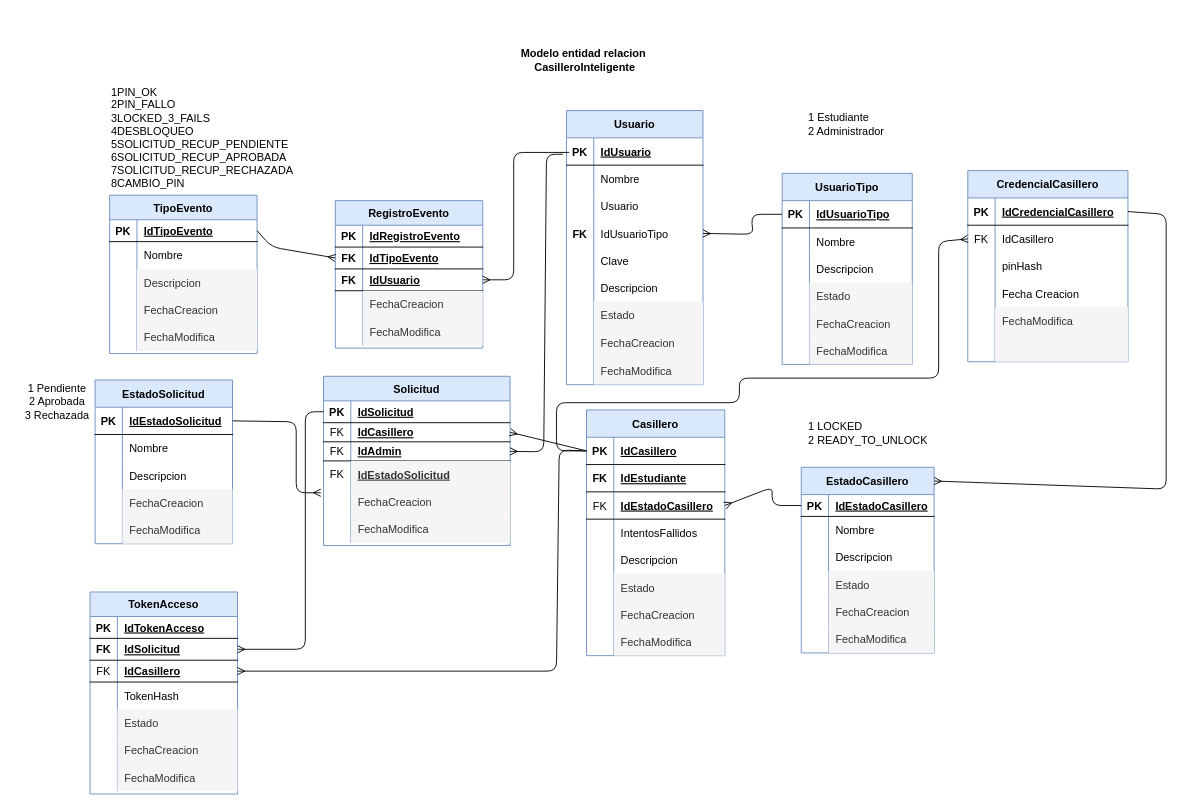
Anthonio16/casilleroInteligente keeps this draw.io diagram as Design/03_MER.dio. Above is the earlier version. Source tidied: cells renumbered, new cells numbered last; positions are measured from the earlier drawing's top-left corner, leaving out a move shared by most shapes. Both pictures are drawn from the tidied source at 91%, with x=0, y=0 at pixel (15, 41).
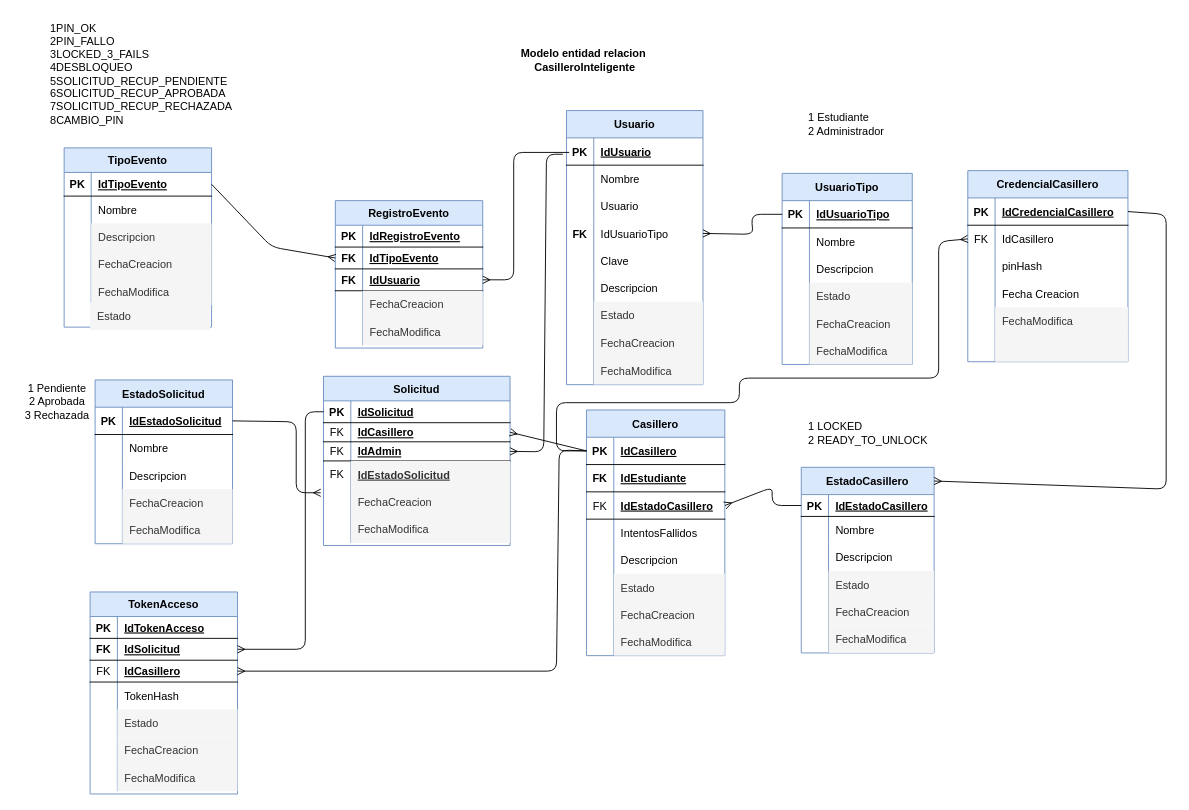
Above is the later version.

What changed in the source:
```diff
@@
     <mxCell id="198" value="TipoEvento" style="shape=table;startSize=27;childLayout=tableLayout;rowLines=0;fontStyle=1;align=center;fillColor=#dae8fc;strokeColor=#6c8ebf;" parent="1" vertex="1">
-      <mxGeometry x="103" y="169" width="162" height="174" as="geometry" />
+      <mxGeometry x="53" y="117" width="162" height="197" as="geometry" />
     </mxCell>
     <mxCell id="199" style="shape=tableRow;horizontal=0;startSize=0;swimlaneHead=0;swimlaneBody=0;fillColor=none;points=[[0,0.5],[1,0.5]];portConstraint=eastwest;top=0;left=0;right=0;bottom=1;" parent="198" vertex="1">
-      <mxGeometry y="27" width="162" height="24" as="geometry" />
+      <mxGeometry y="27" width="162" height="26" as="geometry" />
     </mxCell>
     <mxCell id="200" value="PK" style="shape=partialRectangle;fillColor=none;top=0;left=0;bottom=0;right=0;fontStyle=1;overflow=hidden;" parent="199" vertex="1">
-      <mxGeometry width="30" height="24" as="geometry" />
+      <mxGeometry width="29.7" height="26" as="geometry" />
     </mxCell>
     <mxCell id="201" value="IdTipoEvento" style="shape=partialRectangle;fillColor=none;top=0;left=0;bottom=0;right=0;align=left;spacingLeft=6;fontStyle=5;overflow=hidden;" parent="199" vertex="1">
-      <mxGeometry x="30" width="132" height="24" as="geometry" />
+      <mxGeometry x="29.7" width="132.3" height="26" as="geometry" />
     </mxCell>
     <mxCell id="202" style="shape=tableRow;horizontal=0;startSize=0;swimlaneHead=0;swimlaneBody=0;fillColor=none;top=0;left=0;right=0;bottom=0;" parent="198" vertex="1">
-      <mxGeometry y="51" width="162" height="30" as="geometry" />
+      <mxGeometry y="53" width="162" height="30" as="geometry" />
     </mxCell>
     <mxCell id="203" style="shape=partialRectangle;fillColor=none;top=0;left=0;bottom=0;right=0;overflow=hidden;" parent="202" vertex="1">
-      <mxGeometry width="30" height="30" as="geometry" />
+      <mxGeometry width="29.7" height="30" as="geometry" />
     </mxCell>
     <mxCell id="204" value="Nombre" style="shape=partialRectangle;fillColor=none;top=0;left=0;bottom=0;right=0;align=left;spacingLeft=6;overflow=hidden;" parent="202" vertex="1">
-      <mxGeometry x="30" width="132" height="30" as="geometry" />
+      <mxGeometry x="29.7" width="132.3" height="30" as="geometry" />
     </mxCell>
     <mxCell id="205" style="shape=tableRow;horizontal=0;startSize=0;swimlaneHead=0;swimlaneBody=0;fillColor=none;top=0;left=0;right=0;bottom=0;" parent="198" vertex="1">
-      <mxGeometry y="81" width="162" height="30" as="geometry" />
+      <mxGeometry y="83" width="162" height="30" as="geometry" />
     </mxCell>
     <mxCell id="206" style="shape=partialRectangle;fillColor=none;top=0;left=0;bottom=0;right=0;overflow=hidden;" parent="205" vertex="1">
-      <mxGeometry width="30" height="30" as="geometry" />
+      <mxGeometry width="29.7" height="30" as="geometry" />
     </mxCell>
     <mxCell id="207" value="Descripcion" style="shape=partialRectangle;fillColor=#f5f5f5;top=0;left=0;bottom=0;right=0;align=left;spacingLeft=6;overflow=hidden;strokeColor=#666666;fontColor=#333333;" parent="205" vertex="1">
-      <mxGeometry x="30" width="132" height="30" as="geometry" />
+      <mxGeometry x="29.7" width="132.3" height="30" as="geometry" />
     </mxCell>
     <mxCell id="208" style="shape=tableRow;horizontal=0;startSize=0;swimlaneHead=0;swimlaneBody=0;fillColor=none;top=0;left=0;right=0;bottom=0;" parent="198" vertex="1">
-      <mxGeometry y="111" width="162" height="30" as="geometry" />
+      <mxGeometry y="113" width="162" height="30" as="geometry" />
     </mxCell>
     <mxCell id="209" style="shape=partialRectangle;fillColor=none;top=0;left=0;bottom=0;right=0;overflow=hidden;" parent="208" vertex="1">
-      <mxGeometry width="30" height="30" as="geometry" />
+      <mxGeometry width="29.7" height="30" as="geometry" />
     </mxCell>
     <mxCell id="210" value="FechaCreacion" style="shape=partialRectangle;fillColor=#f5f5f5;top=0;left=0;bottom=0;right=0;align=left;spacingLeft=6;overflow=hidden;strokeColor=#666666;fontColor=#333333;" parent="208" vertex="1">
-      <mxGeometry x="30" width="132" height="30" as="geometry" />
+      <mxGeometry x="29.7" width="132.3" height="30" as="geometry" />
     </mxCell>
     <mxCell id="211" style="shape=tableRow;horizontal=0;startSize=0;swimlaneHead=0;swimlaneBody=0;fillColor=none;top=0;left=0;right=0;bottom=0;" parent="198" vertex="1">
-      <mxGeometry y="141" width="162" height="30" as="geometry" />
+      <mxGeometry y="143" width="162" height="30" as="geometry" />
     </mxCell>
     <mxCell id="212" style="shape=partialRectangle;fillColor=none;top=0;left=0;bottom=0;right=0;overflow=hidden;" parent="211" vertex="1">
-      <mxGeometry width="30" height="30" as="geometry" />
+      <mxGeometry width="29.7" height="30" as="geometry" />
     </mxCell>
     <mxCell id="213" value="FechaModifica" style="shape=partialRectangle;fillColor=#f5f5f5;top=0;left=0;bottom=0;right=0;align=left;spacingLeft=6;overflow=hidden;strokeColor=#666666;fontColor=#333333;" parent="211" vertex="1">
-      <mxGeometry x="30" width="132" height="30" as="geometry" />
+      <mxGeometry x="29.7" width="132.3" height="30" as="geometry" />
     </mxCell>
     <mxCell id="214" value="&lt;div&gt;&lt;font color=&quot;#000000&quot;&gt;1PIN_OK&lt;/font&gt;&lt;/div&gt;&lt;div&gt;&lt;font color=&quot;#000000&quot;&gt;2PIN_FALLO&lt;/font&gt;&lt;/div&gt;&lt;div&gt;&lt;font color=&quot;#000000&quot;&gt;3&lt;/font&gt;&lt;span style=&quot;color: rgb(0, 0, 0); text-align: center; text-wrap-mode: wrap; background-color: transparent;&quot;&gt;LOCKED_3_FAILS&lt;/span&gt;&lt;/div&gt;&lt;div&gt;&lt;font color=&quot;#000000&quot;&gt;4DESBLOQUEO&lt;/font&gt;&lt;/div&gt;&lt;div&gt;&lt;font color=&quot;#000000&quot;&gt;5SOLICITUD_RECUP_PENDIENTE&lt;/font&gt;&lt;/div&gt;&lt;div&gt;&lt;font color=&quot;#000000&quot;&gt;6SOLICITUD_RECUP_APROBADA&lt;/font&gt;&lt;/div&gt;&lt;div&gt;&lt;font color=&quot;#000000&quot;&gt;7SOLICITUD_RECUP_RECHAZADA&lt;/font&gt;&lt;/div&gt;&lt;div&gt;&lt;span style=&quot;background-color: transparent;&quot;&gt;&lt;font color=&quot;#000000&quot;&gt;8&lt;/font&gt;CAMBIO_PIN&lt;/span&gt;&lt;/div&gt;" style="text;html=1;align=left;verticalAlign=middle;strokeColor=none;fillColor=none;" parent="1" vertex="1">
-      <mxGeometry x="103" y="42" width="218" height="127" as="geometry" />
+      <mxGeometry x="36" y="-28" width="218" height="127" as="geometry" />
     </mxCell>
@@
+    <mxCell id="219" value="Estado" style="shape=partialRectangle;fillColor=#f5f5f5;top=0;left=0;bottom=0;right=0;align=left;spacingLeft=6;overflow=hidden;strokeColor=#666666;fontColor=#333333;" parent="1" vertex="1">
+      <mxGeometry x="81.5" y="287" width="132" height="30" as="geometry" />
+    </mxCell>
```
